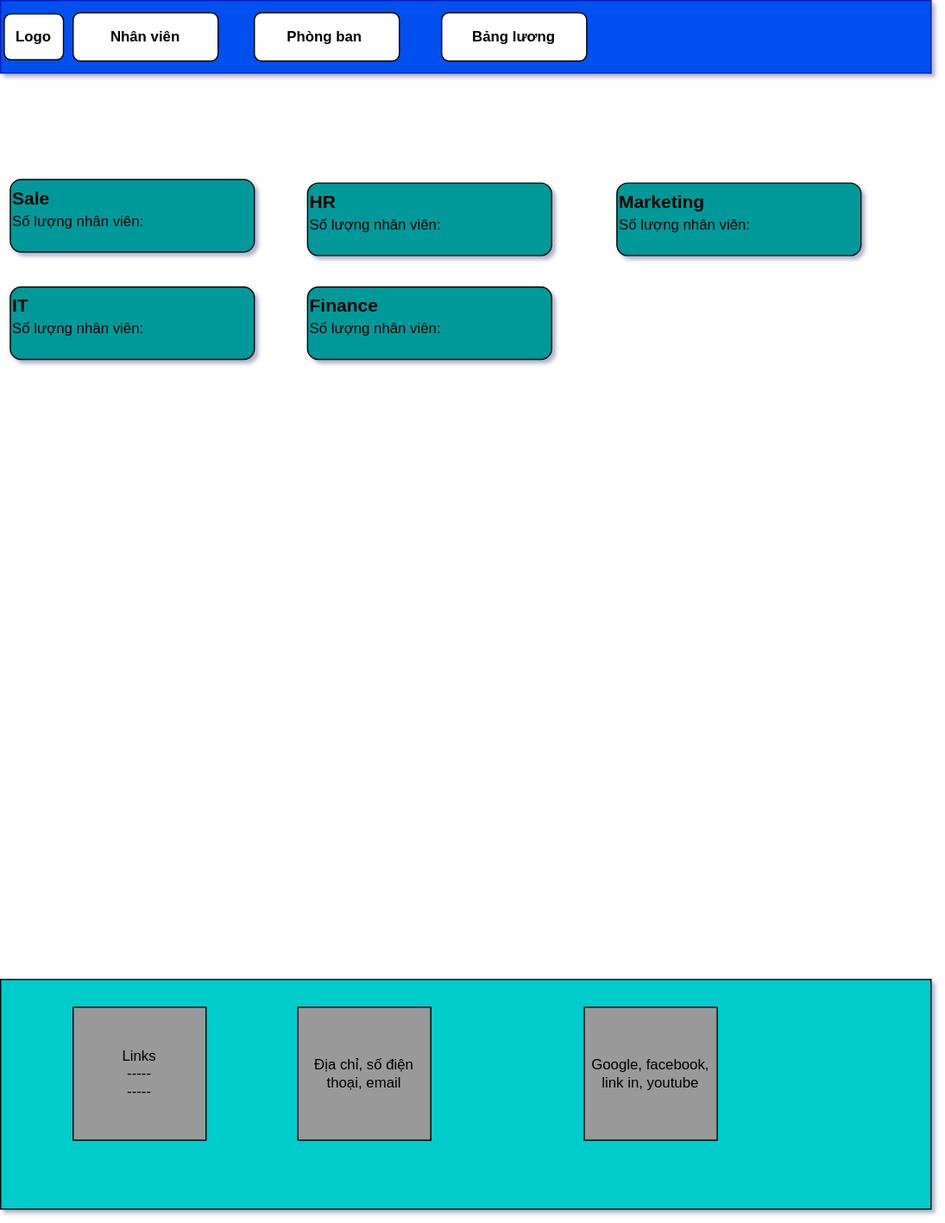
This is DRAWIO/department.drawio.svg from ktkthuong/Funix-React-Lab, a draw.io export, as it was before one commit. Source tidied: cells renumbered, new cells last; positions are measured from the earlier drawing's top-left corner, leaving out a move shared by most shapes.
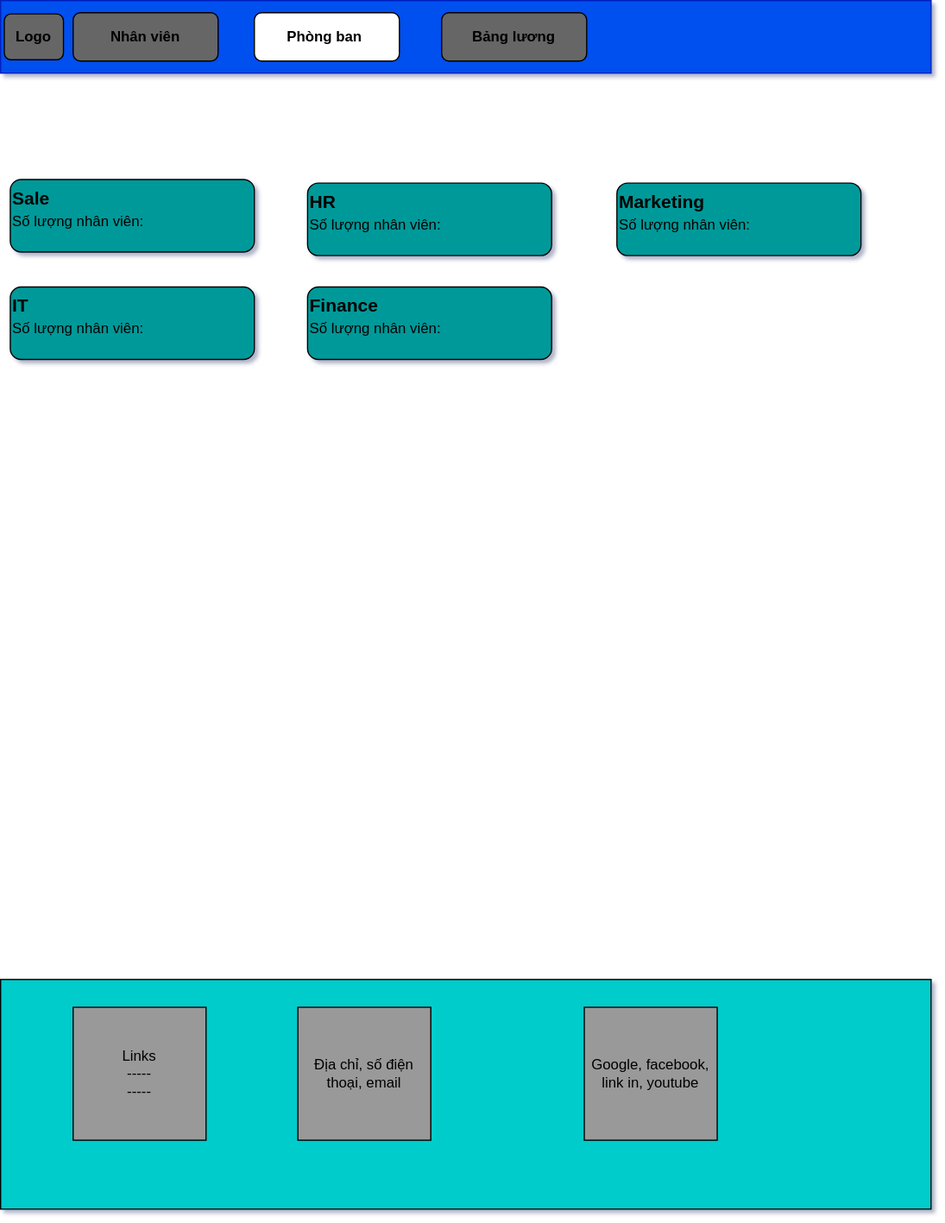
Above is the later version.

Diff of the diagram source:
```diff
@@ -5,13 +5,13 @@
     <mxCell id="2" style="rounded=0;whiteSpace=wrap;html=1;fillColor=#0050ef;fontColor=#ffffff;strokeColor=#001DBC;" parent="1" vertex="1">
       <mxGeometry width="770" height="60" as="geometry" />
     </mxCell>
-    <mxCell id="3" value="Nhân viên" style="rounded=1;whiteSpace=wrap;html=1;fontStyle=1;" parent="1" vertex="1">
+    <mxCell id="3" value="Nhân viên" style="rounded=1;whiteSpace=wrap;html=1;fontStyle=1;fillColor=#666666;" parent="1" vertex="1">
       <mxGeometry x="60" y="10" width="120" height="40" as="geometry" />
     </mxCell>
     <mxCell id="4" value="Phòng ban&lt;span style=&quot;white-space: pre&quot;&gt; &lt;/span&gt;" style="rounded=1;whiteSpace=wrap;html=1;fontStyle=1;" parent="1" vertex="1">
       <mxGeometry x="210" y="10" width="120" height="40" as="geometry" />
     </mxCell>
-    <mxCell id="5" value="&lt;font color=&quot;#000000&quot;&gt;Bảng lương&lt;/font&gt;" style="rounded=1;whiteSpace=wrap;html=1;fontStyle=1;fillColor=#FFFFFF;fontColor=#FFFFFF;" parent="1" vertex="1">
+    <mxCell id="5" value="&lt;font color=&quot;#000000&quot;&gt;Bảng lương&lt;/font&gt;" style="rounded=1;whiteSpace=wrap;html=1;fontStyle=1;fillColor=#666666;fontColor=#FFFFFF;" parent="1" vertex="1">
       <mxGeometry x="365" y="10" width="120" height="40" as="geometry" />
     </mxCell>
     <mxCell id="6" style="rounded=0;whiteSpace=wrap;html=1;labelBackgroundColor=#007FFF;labelBorderColor=none;fontColor=#FFFFFF;shadow=0;fillColor=#00CCCC;" parent="1" vertex="1">
@@ -41,7 +41,7 @@
     <mxCell id="14" value="&lt;b&gt;Marketing&lt;/b&gt;&lt;br&gt;&lt;font style=&quot;font-size: 12px&quot;&gt;Số lượng nhân viên:&lt;/font&gt;" style="rounded=1;whiteSpace=wrap;html=1;fillColor=#009999;verticalAlign=top;align=left;fontSize=15;" parent="1" vertex="1">
       <mxGeometry x="510" y="151" width="202" height="60" as="geometry" />
     </mxCell>
-    <mxCell id="15" value="&lt;b&gt;Logo&lt;/b&gt;" style="rounded=1;whiteSpace=wrap;html=1;fontSize=12;fontColor=#000000;fillColor=#FFFFFF;" parent="1" vertex="1">
+    <mxCell id="15" value="&lt;b&gt;Logo&lt;/b&gt;" style="rounded=1;whiteSpace=wrap;html=1;fontSize=12;fontColor=#000000;fillColor=#666666;" parent="1" vertex="1">
       <mxGeometry x="3" y="11" width="49" height="38" as="geometry" />
     </mxCell>
   </root>
```
